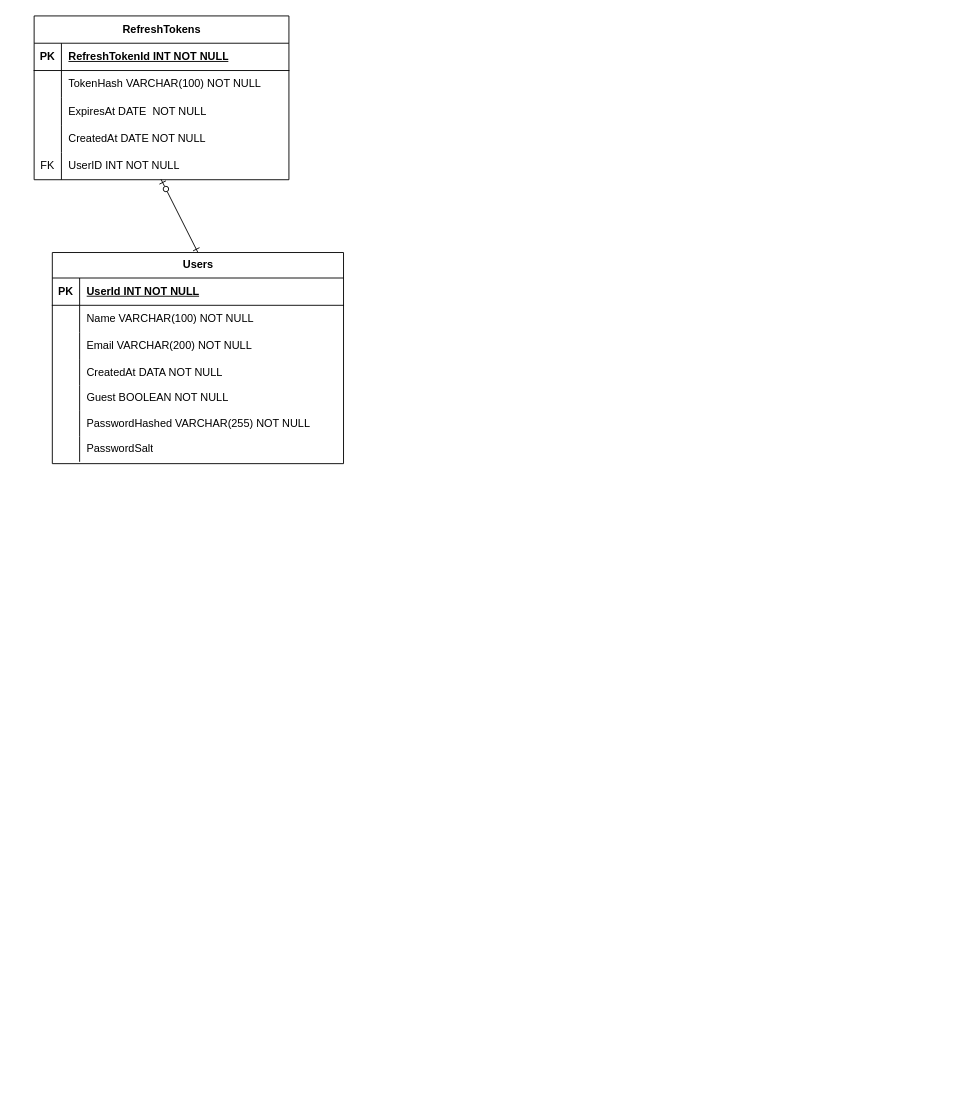
The draw.io diagram DatabaseFilesAndDesign/DatabaseDesign.drawio in maninder56/Planner-Web-App, before the edit. Source tidied: cells renumbered, new cells numbered last; positions are measured from the earlier drawing's top-left corner, leaving out a move shared by most shapes. Both pictures are drawn from the tidied source at 91%, with x=0, y=0 at pixel (34, 15).
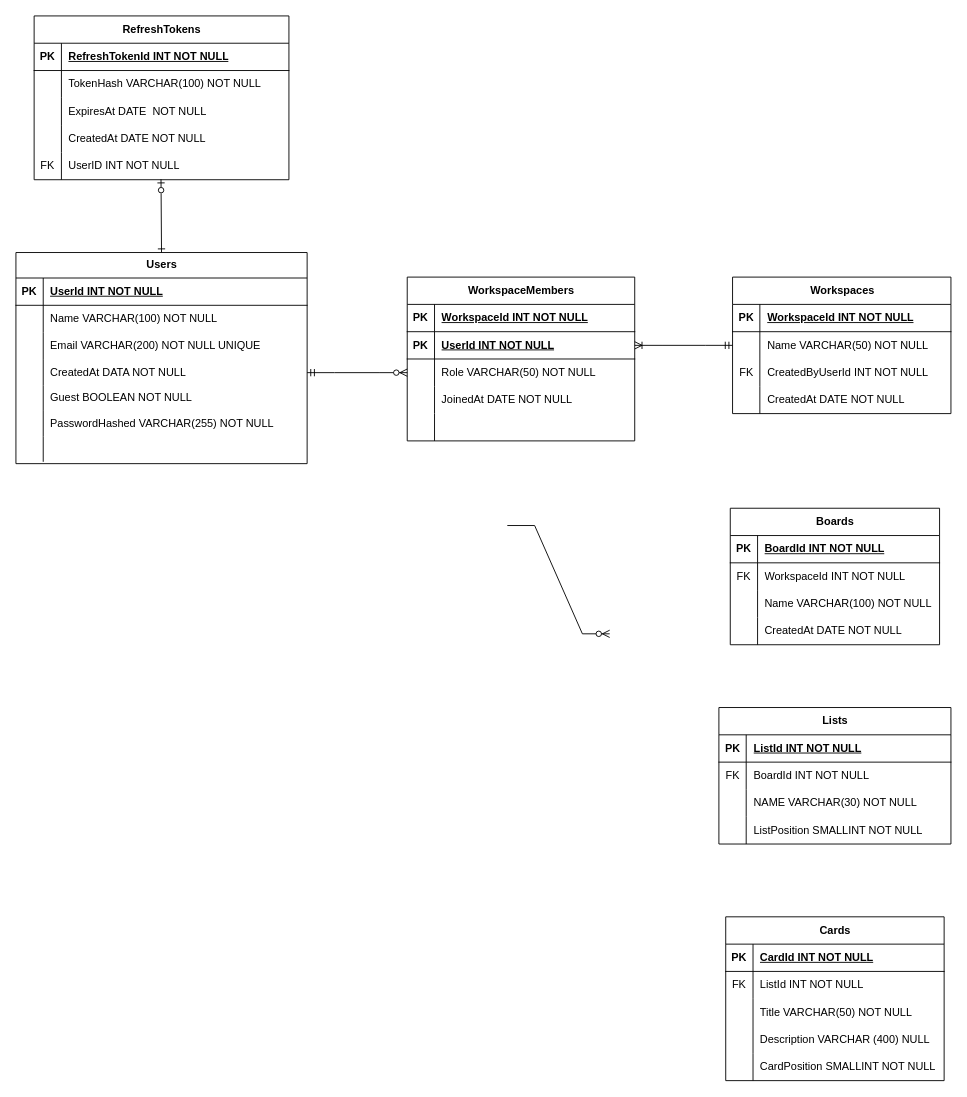
The same page after the edit.

Commit message (it also covers changes not shown here):
Added initial tables to the design

Unchanged cells that the change refers to:
```xml
<mxCell id="9" style="shape=tableRow;horizontal=0;startSize=0;swimlaneHead=0;swimlaneBody=0;fillColor=none;top=0;left=0;right=0;bottom=0;" parent="2" vertex="1">
  <mxGeometry y="88" width="320" height="30" as="geometry" />
</mxCell>
<mxCell id="12" style="shape=tableRow;horizontal=0;startSize=0;swimlaneHead=0;swimlaneBody=0;fillColor=none;points=[[0,0.5],[1,0.5]];portConstraint=eastwest;top=0;left=0;right=0;bottom=0;" parent="2" vertex="1">
  <mxGeometry y="118" width="320" height="28" as="geometry" />
</mxCell>
<mxCell id="21" style="shape=tableRow;horizontal=0;startSize=0;swimlaneHead=0;swimlaneBody=0;fillColor=none;top=0;left=0;right=0;bottom=0;" parent="2" vertex="1">
  <mxGeometry y="202" width="320" height="28" as="geometry" />
</mxCell>
```

What changed in the source:
```diff
@@
     <mxCell id="2" value="Users" style="shape=table;startSize=28;childLayout=tableLayout;rowLines=0;fontStyle=1;align=center;html=1;" parent="1" vertex="1">
-      <mxGeometry x="20" y="260" width="320" height="232" as="geometry" />
+      <mxGeometry x="-20" y="260" width="320" height="232" as="geometry" />
     </mxCell>
@@
-    <mxCell id="11" value="Email VARCHAR(200) NOT NULL" style="shape=partialRectangle;fillColor=none;top=0;left=0;bottom=0;right=0;align=left;spacingLeft=6;overflow=hidden;whiteSpace=wrap;html=1;" parent="9" vertex="1">
+    <mxCell id="11" value="Email VARCHAR(200) NOT NULL UNIQUE&lt;span style=&quot;white-space: pre;&quot;&gt;&#9;&lt;/span&gt;" style="shape=partialRectangle;fillColor=none;top=0;left=0;bottom=0;right=0;align=left;spacingLeft=6;overflow=hidden;whiteSpace=wrap;html=1;" parent="9" vertex="1">
       <mxGeometry x="30" width="290" height="30" as="geometry" />
     </mxCell>
@@
-    <mxCell id="23" value="PasswordSalt" style="shape=partialRectangle;fillColor=none;top=0;left=0;bottom=0;right=0;align=left;spacingLeft=6;overflow=hidden;whiteSpace=wrap;html=1;" parent="21" vertex="1">
+    <mxCell id="23" style="shape=partialRectangle;fillColor=none;top=0;left=0;bottom=0;right=0;align=left;spacingLeft=6;overflow=hidden;whiteSpace=wrap;html=1;" parent="21" vertex="1">
       <mxGeometry x="30" width="290" height="28" as="geometry" />
     </mxCell>
@@
+    <mxCell id="41" value="Workspaces" style="shape=table;startSize=30;childLayout=tableLayout;rowLines=0;fontStyle=1;align=center;html=1;" parent="1" vertex="1">
+      <mxGeometry x="767.5" y="287" width="240" height="150" as="geometry" />
+    </mxCell>
+    <mxCell id="42" style="shape=tableRow;horizontal=0;startSize=0;swimlaneHead=0;swimlaneBody=0;fillColor=none;top=0;left=0;right=0;bottom=1;" parent="41" vertex="1">
+      <mxGeometry y="30" width="240" height="30" as="geometry" />
+    </mxCell>
+    <mxCell id="43" value="PK" style="shape=partialRectangle;fillColor=none;top=0;left=0;bottom=0;right=0;fontStyle=1;overflow=hidden;whiteSpace=wrap;html=1;" parent="42" vertex="1">
+      <mxGeometry width="30" height="30" as="geometry" />
+    </mxCell>
+    <mxCell id="44" value="WorkspaceId INT NOT NULL" style="shape=partialRectangle;fillColor=none;top=0;left=0;bottom=0;right=0;align=left;spacingLeft=6;fontStyle=5;overflow=hidden;whiteSpace=wrap;html=1;" parent="42" vertex="1">
+      <mxGeometry x="30" width="210" height="30" as="geometry" />
+    </mxCell>
+    <mxCell id="45" style="shape=tableRow;horizontal=0;startSize=0;swimlaneHead=0;swimlaneBody=0;fillColor=none;points=[[0,0.5],[1,0.5]];portConstraint=eastwest;top=0;left=0;right=0;bottom=0;" parent="41" vertex="1">
+      <mxGeometry y="60" width="240" height="30" as="geometry" />
+    </mxCell>
+    <mxCell id="46" style="shape=partialRectangle;fillColor=none;top=0;left=0;bottom=0;right=0;overflow=hidden;whiteSpace=wrap;html=1;" parent="45" vertex="1">
+      <mxGeometry width="30" height="30" as="geometry" />
+    </mxCell>
+    <mxCell id="47" value="Name VARCHAR(50) NOT NULL" style="shape=partialRectangle;fillColor=none;top=0;left=0;bottom=0;right=0;align=left;spacingLeft=6;overflow=hidden;whiteSpace=wrap;html=1;" parent="45" vertex="1">
+      <mxGeometry x="30" width="210" height="30" as="geometry" />
+    </mxCell>
+    <mxCell id="48" style="shape=tableRow;horizontal=0;startSize=0;swimlaneHead=0;swimlaneBody=0;fillColor=none;top=0;left=0;right=0;bottom=0;" parent="41" vertex="1">
+      <mxGeometry y="90" width="240" height="30" as="geometry" />
+    </mxCell>
+    <mxCell id="49" value="FK" style="shape=partialRectangle;fillColor=none;top=0;left=0;bottom=0;right=0;overflow=hidden;whiteSpace=wrap;html=1;" parent="48" vertex="1">
+      <mxGeometry width="30" height="30" as="geometry" />
+    </mxCell>
+    <mxCell id="50" value="CreatedByUserId INT NOT NULL" style="shape=partialRectangle;fillColor=none;top=0;left=0;bottom=0;right=0;align=left;spacingLeft=6;overflow=hidden;whiteSpace=wrap;html=1;" parent="48" vertex="1">
+      <mxGeometry x="30" width="210" height="30" as="geometry" />
+    </mxCell>
+    <mxCell id="51" style="shape=tableRow;horizontal=0;startSize=0;swimlaneHead=0;swimlaneBody=0;fillColor=none;top=0;left=0;right=0;bottom=0;" parent="41" vertex="1">
+      <mxGeometry y="120" width="240" height="30" as="geometry" />
+    </mxCell>
+    <mxCell id="52" style="shape=partialRectangle;fillColor=none;top=0;left=0;bottom=0;right=0;overflow=hidden;whiteSpace=wrap;html=1;" parent="51" vertex="1">
+      <mxGeometry width="30" height="30" as="geometry" />
+    </mxCell>
+    <mxCell id="53" value="CreatedAt DATE NOT NULL" style="shape=partialRectangle;fillColor=none;top=0;left=0;bottom=0;right=0;align=left;spacingLeft=6;overflow=hidden;whiteSpace=wrap;html=1;" parent="51" vertex="1">
+      <mxGeometry x="30" width="210" height="30" as="geometry" />
+    </mxCell>
+    <mxCell id="54" value="WorkspaceMembers" style="shape=table;startSize=30;childLayout=tableLayout;rowLines=0;fontStyle=1;align=center;html=1;" parent="1" vertex="1">
+      <mxGeometry x="410" y="287" width="250" height="180" as="geometry" />
+    </mxCell>
+    <mxCell id="55" style="shape=tableRow;horizontal=0;startSize=0;swimlaneHead=0;swimlaneBody=0;fillColor=none;top=0;left=0;right=0;bottom=1;" parent="54" vertex="1">
+      <mxGeometry y="30" width="250" height="30" as="geometry" />
+    </mxCell>
+    <mxCell id="56" value="PK" style="shape=partialRectangle;fillColor=none;top=0;left=0;bottom=0;right=0;fontStyle=1;overflow=hidden;whiteSpace=wrap;html=1;" parent="55" vertex="1">
+      <mxGeometry width="30" height="30" as="geometry" />
+    </mxCell>
+    <mxCell id="57" value="WorkspaceId INT NOT NULL" style="shape=partialRectangle;fillColor=none;top=0;left=0;bottom=0;right=0;align=left;spacingLeft=6;fontStyle=5;overflow=hidden;whiteSpace=wrap;html=1;" parent="55" vertex="1">
+      <mxGeometry x="30" width="220" height="30" as="geometry" />
+    </mxCell>
+    <mxCell id="58" style="shape=tableRow;horizontal=0;startSize=0;swimlaneHead=0;swimlaneBody=0;fillColor=none;points=[[0,0.5],[1,0.5]];portConstraint=eastwest;top=0;left=0;right=0;bottom=1;" parent="54" vertex="1">
+      <mxGeometry y="60" width="250" height="30" as="geometry" />
+    </mxCell>
+    <mxCell id="59" value="PK" style="shape=partialRectangle;fillColor=none;top=0;left=0;bottom=0;right=0;fontStyle=1;overflow=hidden;whiteSpace=wrap;html=1;" parent="58" vertex="1">
+      <mxGeometry width="30" height="30" as="geometry" />
+    </mxCell>
+    <mxCell id="60" value="UserId INT NOT NULL" style="shape=partialRectangle;fillColor=none;top=0;left=0;bottom=0;right=0;align=left;spacingLeft=6;fontStyle=5;overflow=hidden;whiteSpace=wrap;html=1;" parent="58" vertex="1">
+      <mxGeometry x="30" width="220" height="30" as="geometry" />
+    </mxCell>
+    <mxCell id="61" style="shape=tableRow;horizontal=0;startSize=0;swimlaneHead=0;swimlaneBody=0;fillColor=none;points=[[0,0.5],[1,0.5]];portConstraint=eastwest;top=0;left=0;right=0;bottom=0;" parent="54" vertex="1">
+      <mxGeometry y="90" width="250" height="30" as="geometry" />
+    </mxCell>
+    <mxCell id="62" style="shape=partialRectangle;fillColor=none;top=0;left=0;bottom=0;right=0;overflow=hidden;whiteSpace=wrap;html=1;" parent="61" vertex="1">
+      <mxGeometry width="30" height="30" as="geometry" />
+    </mxCell>
+    <mxCell id="63" value="Role VARCHAR(50) NOT NULL&amp;nbsp;" style="shape=partialRectangle;fillColor=none;top=0;left=0;bottom=0;right=0;align=left;spacingLeft=6;overflow=hidden;whiteSpace=wrap;html=1;" parent="61" vertex="1">
+      <mxGeometry x="30" width="220" height="30" as="geometry" />
+    </mxCell>
+    <mxCell id="64" style="shape=tableRow;horizontal=0;startSize=0;swimlaneHead=0;swimlaneBody=0;fillColor=none;top=0;left=0;right=0;bottom=0;" parent="54" vertex="1">
+      <mxGeometry y="120" width="250" height="30" as="geometry" />
+    </mxCell>
+    <mxCell id="65" style="shape=partialRectangle;fillColor=none;top=0;left=0;bottom=0;right=0;overflow=hidden;whiteSpace=wrap;html=1;" parent="64" vertex="1">
+      <mxGeometry width="30" height="30" as="geometry" />
+    </mxCell>
+    <mxCell id="66" value="JoinedAt DATE NOT NULL" style="shape=partialRectangle;fillColor=none;top=0;left=0;bottom=0;right=0;align=left;spacingLeft=6;overflow=hidden;whiteSpace=wrap;html=1;" parent="64" vertex="1">
+      <mxGeometry x="30" width="220" height="30" as="geometry" />
+    </mxCell>
+    <mxCell id="67" style="shape=tableRow;horizontal=0;startSize=0;swimlaneHead=0;swimlaneBody=0;fillColor=none;top=0;left=0;right=0;bottom=0;" parent="54" vertex="1">
+      <mxGeometry y="150" width="250" height="30" as="geometry" />
+    </mxCell>
+    <mxCell id="68" style="shape=partialRectangle;fillColor=none;top=0;left=0;bottom=0;right=0;overflow=hidden;whiteSpace=wrap;html=1;" parent="67" vertex="1">
+      <mxGeometry width="30" height="30" as="geometry" />
+    </mxCell>
+    <mxCell id="69" style="shape=partialRectangle;fillColor=none;top=0;left=0;bottom=0;right=0;align=left;spacingLeft=6;overflow=hidden;whiteSpace=wrap;html=1;" parent="67" vertex="1">
+      <mxGeometry x="30" width="220" height="30" as="geometry" />
+    </mxCell>
+    <mxCell id="70" value="Boards" style="shape=table;startSize=30;childLayout=tableLayout;rowLines=0;fontStyle=1;align=center;html=1;" parent="1" vertex="1">
+      <mxGeometry x="765" y="541" width="230" height="150" as="geometry" />
+    </mxCell>
+    <mxCell id="71" style="shape=tableRow;horizontal=0;startSize=0;swimlaneHead=0;swimlaneBody=0;fillColor=none;top=0;left=0;right=0;bottom=1;" parent="70" vertex="1">
+      <mxGeometry y="30" width="230" height="30" as="geometry" />
+    </mxCell>
+    <mxCell id="72" value="PK" style="shape=partialRectangle;fillColor=none;top=0;left=0;bottom=0;right=0;fontStyle=1;overflow=hidden;whiteSpace=wrap;html=1;" parent="71" vertex="1">
+      <mxGeometry width="30" height="30" as="geometry" />
+    </mxCell>
+    <mxCell id="73" value="BoardId INT NOT NULL" style="shape=partialRectangle;fillColor=none;top=0;left=0;bottom=0;right=0;align=left;spacingLeft=6;fontStyle=5;overflow=hidden;whiteSpace=wrap;html=1;" parent="71" vertex="1">
+      <mxGeometry x="30" width="200" height="30" as="geometry" />
+    </mxCell>
+    <mxCell id="74" style="shape=tableRow;horizontal=0;startSize=0;swimlaneHead=0;swimlaneBody=0;fillColor=none;top=0;left=0;right=0;bottom=0;" parent="70" vertex="1">
+      <mxGeometry y="60" width="230" height="30" as="geometry" />
+    </mxCell>
+    <mxCell id="75" value="FK" style="shape=partialRectangle;fillColor=none;top=0;left=0;bottom=0;right=0;overflow=hidden;whiteSpace=wrap;html=1;" parent="74" vertex="1">
+      <mxGeometry width="30" height="30" as="geometry" />
+    </mxCell>
+    <mxCell id="76" value="WorkspaceId INT NOT NULL" style="shape=partialRectangle;fillColor=none;top=0;left=0;bottom=0;right=0;align=left;spacingLeft=6;overflow=hidden;whiteSpace=wrap;html=1;" parent="74" vertex="1">
+      <mxGeometry x="30" width="200" height="30" as="geometry" />
+    </mxCell>
+    <mxCell id="77" style="shape=tableRow;horizontal=0;startSize=0;swimlaneHead=0;swimlaneBody=0;fillColor=none;top=0;left=0;right=0;bottom=0;" parent="70" vertex="1">
+      <mxGeometry y="90" width="230" height="30" as="geometry" />
+    </mxCell>
+    <mxCell id="78" style="shape=partialRectangle;fillColor=none;top=0;left=0;bottom=0;right=0;overflow=hidden;whiteSpace=wrap;html=1;" parent="77" vertex="1">
+      <mxGeometry width="30" height="30" as="geometry" />
+    </mxCell>
+    <mxCell id="79" value="Name VARCHAR(100) NOT NULL" style="shape=partialRectangle;fillColor=none;top=0;left=0;bottom=0;right=0;align=left;spacingLeft=6;overflow=hidden;whiteSpace=wrap;html=1;" parent="77" vertex="1">
+      <mxGeometry x="30" width="200" height="30" as="geometry" />
+    </mxCell>
+    <mxCell id="80" style="shape=tableRow;horizontal=0;startSize=0;swimlaneHead=0;swimlaneBody=0;fillColor=none;top=0;left=0;right=0;bottom=0;" parent="70" vertex="1">
+      <mxGeometry y="120" width="230" height="30" as="geometry" />
+    </mxCell>
+    <mxCell id="81" style="shape=partialRectangle;fillColor=none;top=0;left=0;bottom=0;right=0;overflow=hidden;whiteSpace=wrap;html=1;" parent="80" vertex="1">
+      <mxGeometry width="30" height="30" as="geometry" />
+    </mxCell>
+    <mxCell id="82" value="CreatedAt DATE NOT NULL" style="shape=partialRectangle;fillColor=none;top=0;left=0;bottom=0;right=0;align=left;spacingLeft=6;overflow=hidden;whiteSpace=wrap;html=1;" parent="80" vertex="1">
+      <mxGeometry x="30" width="200" height="30" as="geometry" />
+    </mxCell>
+    <mxCell id="83" value="Lists" style="shape=table;startSize=30;childLayout=tableLayout;rowLines=0;fontStyle=1;align=center;html=1;" parent="1" vertex="1">
+      <mxGeometry x="752.5" y="760" width="255" height="150" as="geometry" />
+    </mxCell>
+    <mxCell id="84" style="shape=tableRow;horizontal=0;startSize=0;swimlaneHead=0;swimlaneBody=0;fillColor=none;top=0;left=0;right=0;bottom=1;" parent="83" vertex="1">
+      <mxGeometry y="30" width="255" height="30" as="geometry" />
+    </mxCell>
+    <mxCell id="85" value="PK" style="shape=partialRectangle;fillColor=none;top=0;left=0;bottom=0;right=0;fontStyle=1;overflow=hidden;whiteSpace=wrap;html=1;" parent="84" vertex="1">
+      <mxGeometry width="30" height="30" as="geometry" />
+    </mxCell>
+    <mxCell id="86" value="ListId INT NOT NULL" style="shape=partialRectangle;fillColor=none;top=0;left=0;bottom=0;right=0;align=left;spacingLeft=6;fontStyle=5;overflow=hidden;whiteSpace=wrap;html=1;" parent="84" vertex="1">
+      <mxGeometry x="30" width="225" height="30" as="geometry" />
+    </mxCell>
+    <mxCell id="87" style="shape=tableRow;horizontal=0;startSize=0;swimlaneHead=0;swimlaneBody=0;fillColor=none;top=0;left=0;right=0;bottom=0;" parent="83" vertex="1">
+      <mxGeometry y="60" width="255" height="30" as="geometry" />
+    </mxCell>
+    <mxCell id="88" value="FK" style="shape=partialRectangle;fillColor=none;top=0;left=0;bottom=0;right=0;overflow=hidden;whiteSpace=wrap;html=1;" parent="87" vertex="1">
+      <mxGeometry width="30" height="30" as="geometry" />
+    </mxCell>
+    <mxCell id="89" value="BoardId INT NOT NULL" style="shape=partialRectangle;fillColor=none;top=0;left=0;bottom=0;right=0;align=left;spacingLeft=6;overflow=hidden;whiteSpace=wrap;html=1;" parent="87" vertex="1">
+      <mxGeometry x="30" width="225" height="30" as="geometry" />
+    </mxCell>
+    <mxCell id="90" style="shape=tableRow;horizontal=0;startSize=0;swimlaneHead=0;swimlaneBody=0;fillColor=none;top=0;left=0;right=0;bottom=0;" parent="83" vertex="1">
+      <mxGeometry y="90" width="255" height="30" as="geometry" />
+    </mxCell>
+    <mxCell id="91" style="shape=partialRectangle;fillColor=none;top=0;left=0;bottom=0;right=0;overflow=hidden;whiteSpace=wrap;html=1;" parent="90" vertex="1">
+      <mxGeometry width="30" height="30" as="geometry" />
+    </mxCell>
+    <mxCell id="92" value="NAME VARCHAR(30) NOT NULL" style="shape=partialRectangle;fillColor=none;top=0;left=0;bottom=0;right=0;align=left;spacingLeft=6;overflow=hidden;whiteSpace=wrap;html=1;" parent="90" vertex="1">
+      <mxGeometry x="30" width="225" height="30" as="geometry" />
+    </mxCell>
+    <mxCell id="93" style="shape=tableRow;horizontal=0;startSize=0;swimlaneHead=0;swimlaneBody=0;fillColor=none;top=0;left=0;right=0;bottom=0;" parent="83" vertex="1">
+      <mxGeometry y="120" width="255" height="30" as="geometry" />
+    </mxCell>
+    <mxCell id="94" style="shape=partialRectangle;fillColor=none;top=0;left=0;bottom=0;right=0;overflow=hidden;whiteSpace=wrap;html=1;" parent="93" vertex="1">
+      <mxGeometry width="30" height="30" as="geometry" />
+    </mxCell>
+    <mxCell id="95" value="ListPosition SMALLINT NOT NULL" style="shape=partialRectangle;fillColor=none;top=0;left=0;bottom=0;right=0;align=left;spacingLeft=6;overflow=hidden;whiteSpace=wrap;html=1;" parent="93" vertex="1">
+      <mxGeometry x="30" width="225" height="30" as="geometry" />
+    </mxCell>
+    <mxCell id="96" value="Cards" style="shape=table;startSize=30;childLayout=tableLayout;rowLines=0;fontStyle=1;align=center;html=1;" parent="1" vertex="1">
+      <mxGeometry x="760" y="990" width="240" height="180" as="geometry" />
+    </mxCell>
+    <mxCell id="97" style="shape=tableRow;horizontal=0;startSize=0;swimlaneHead=0;swimlaneBody=0;fillColor=none;top=0;left=0;right=0;bottom=1;" parent="96" vertex="1">
+      <mxGeometry y="30" width="240" height="30" as="geometry" />
+    </mxCell>
+    <mxCell id="98" value="PK" style="shape=partialRectangle;fillColor=none;top=0;left=0;bottom=0;right=0;fontStyle=1;overflow=hidden;whiteSpace=wrap;html=1;" parent="97" vertex="1">
+      <mxGeometry width="30" height="30" as="geometry" />
+    </mxCell>
+    <mxCell id="99" value="CardId INT NOT NULL" style="shape=partialRectangle;fillColor=none;top=0;left=0;bottom=0;right=0;align=left;spacingLeft=6;fontStyle=5;overflow=hidden;whiteSpace=wrap;html=1;" parent="97" vertex="1">
+      <mxGeometry x="30" width="210" height="30" as="geometry" />
+    </mxCell>
+    <mxCell id="100" style="shape=tableRow;horizontal=0;startSize=0;swimlaneHead=0;swimlaneBody=0;fillColor=none;top=0;left=0;right=0;bottom=0;" parent="96" vertex="1">
+      <mxGeometry y="60" width="240" height="30" as="geometry" />
+    </mxCell>
+    <mxCell id="101" value="FK" style="shape=partialRectangle;fillColor=none;top=0;left=0;bottom=0;right=0;overflow=hidden;whiteSpace=wrap;html=1;" parent="100" vertex="1">
+      <mxGeometry width="30" height="30" as="geometry" />
+    </mxCell>
+    <mxCell id="102" value="ListId INT NOT NULL" style="shape=partialRectangle;fillColor=none;top=0;left=0;bottom=0;right=0;align=left;spacingLeft=6;overflow=hidden;whiteSpace=wrap;html=1;" parent="100" vertex="1">
+      <mxGeometry x="30" width="210" height="30" as="geometry" />
+    </mxCell>
+    <mxCell id="103" style="shape=tableRow;horizontal=0;startSize=0;swimlaneHead=0;swimlaneBody=0;fillColor=none;top=0;left=0;right=0;bottom=0;" parent="96" vertex="1">
+      <mxGeometry y="90" width="240" height="30" as="geometry" />
+    </mxCell>
+    <mxCell id="104" style="shape=partialRectangle;fillColor=none;top=0;left=0;bottom=0;right=0;overflow=hidden;whiteSpace=wrap;html=1;" parent="103" vertex="1">
+      <mxGeometry width="30" height="30" as="geometry" />
+    </mxCell>
+    <mxCell id="105" value="Title VARCHAR(50) NOT NULL" style="shape=partialRectangle;fillColor=none;top=0;left=0;bottom=0;right=0;align=left;spacingLeft=6;overflow=hidden;whiteSpace=wrap;html=1;" parent="103" vertex="1">
+      <mxGeometry x="30" width="210" height="30" as="geometry" />
+    </mxCell>
+    <mxCell id="106" style="shape=tableRow;horizontal=0;startSize=0;swimlaneHead=0;swimlaneBody=0;fillColor=none;top=0;left=0;right=0;bottom=0;" parent="96" vertex="1">
+      <mxGeometry y="120" width="240" height="30" as="geometry" />
+    </mxCell>
+    <mxCell id="107" style="shape=partialRectangle;fillColor=none;top=0;left=0;bottom=0;right=0;overflow=hidden;whiteSpace=wrap;html=1;" parent="106" vertex="1">
+      <mxGeometry width="30" height="30" as="geometry" />
+    </mxCell>
+    <mxCell id="108" value="Description VARCHAR (400) NULL" style="shape=partialRectangle;fillColor=none;top=0;left=0;bottom=0;right=0;align=left;spacingLeft=6;overflow=hidden;whiteSpace=wrap;html=1;" parent="106" vertex="1">
+      <mxGeometry x="30" width="210" height="30" as="geometry" />
+    </mxCell>
+    <mxCell id="109" style="shape=tableRow;horizontal=0;startSize=0;swimlaneHead=0;swimlaneBody=0;fillColor=none;top=0;left=0;right=0;bottom=0;" parent="96" vertex="1">
+      <mxGeometry y="150" width="240" height="30" as="geometry" />
+    </mxCell>
+    <mxCell id="110" style="shape=partialRectangle;fillColor=none;top=0;left=0;bottom=0;right=0;overflow=hidden;whiteSpace=wrap;html=1;" parent="109" vertex="1">
+      <mxGeometry width="30" height="30" as="geometry" />
+    </mxCell>
+    <mxCell id="111" value="CardPosition SMALLINT NOT NULL" style="shape=partialRectangle;fillColor=none;top=0;left=0;bottom=0;right=0;align=left;spacingLeft=6;overflow=hidden;whiteSpace=wrap;html=1;" parent="109" vertex="1">
+      <mxGeometry x="30" width="210" height="30" as="geometry" />
+    </mxCell>
+    <mxCell id="112" style="edgeStyle=entityRelationEdgeStyle;fontSize=12;html=1;endArrow=ERzeroToMany;startArrow=ERmandOne;rounded=0;exitX=1;exitY=0.5;exitDx=0;exitDy=0;entryX=0;entryY=0.5;entryDx=0;entryDy=0;" parent="1" edge="1" source="12" target="61">
+      <mxGeometry relative="1" as="geometry" />
+    </mxCell>
+    <mxCell id="113" style="edgeStyle=entityRelationEdgeStyle;fontSize=12;html=1;endArrow=ERoneToMany;startArrow=ERmandOne;rounded=0;exitX=0;exitY=0.5;exitDx=0;exitDy=0;entryX=1;entryY=0.5;entryDx=0;entryDy=0;endFill=0;" parent="1" edge="1" source="45" target="58">
+      <mxGeometry relative="1" as="geometry" />
+    </mxCell>
+    <mxCell id="114" style="edgeStyle=entityRelationEdgeStyle;fontSize=12;html=1;endArrow=ERzeroToMany;endFill=1;rounded=0;entryX=0.5;entryY=0;entryDx=0;entryDy=0;exitX=0;exitY=0.5;exitDx=0;exitDy=0;" parent="1" edge="1">
+      <mxGeometry relative="1" as="geometry">
+        <mxPoint x="520" y="560" as="sourcePoint" />
+        <mxPoint x="632.5" y="679" as="targetPoint" />
+      </mxGeometry>
+    </mxCell>
```
